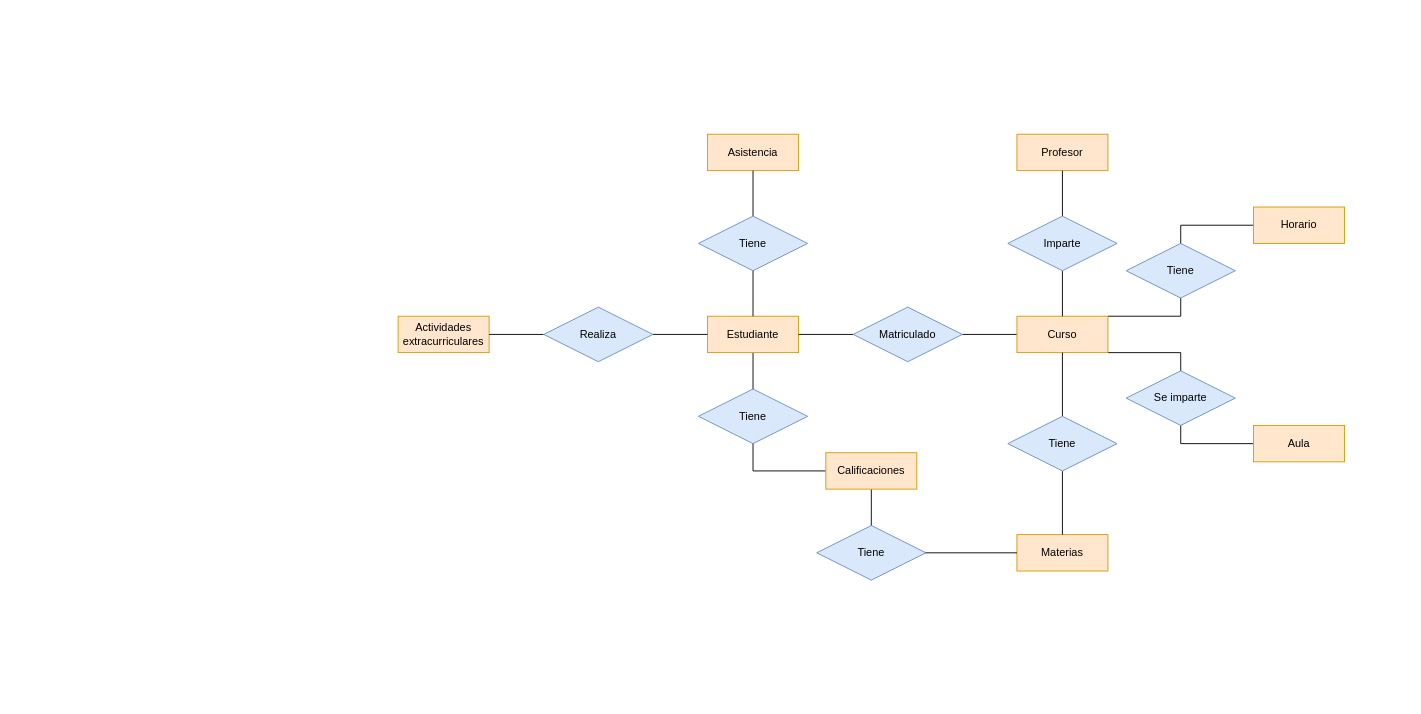
Above: TareaEvaluable_BAE.drawio in GRMiguelAngel/Base-Datos (draw.io), before the change. Source tidied: cells renumbered, new cells numbered last; positions are measured from the earlier drawing's top-left corner, leaving out a move shared by most shapes. Both pictures are drawn from the tidied source at 91%, with x=0, y=0 at pixel (398, 134).
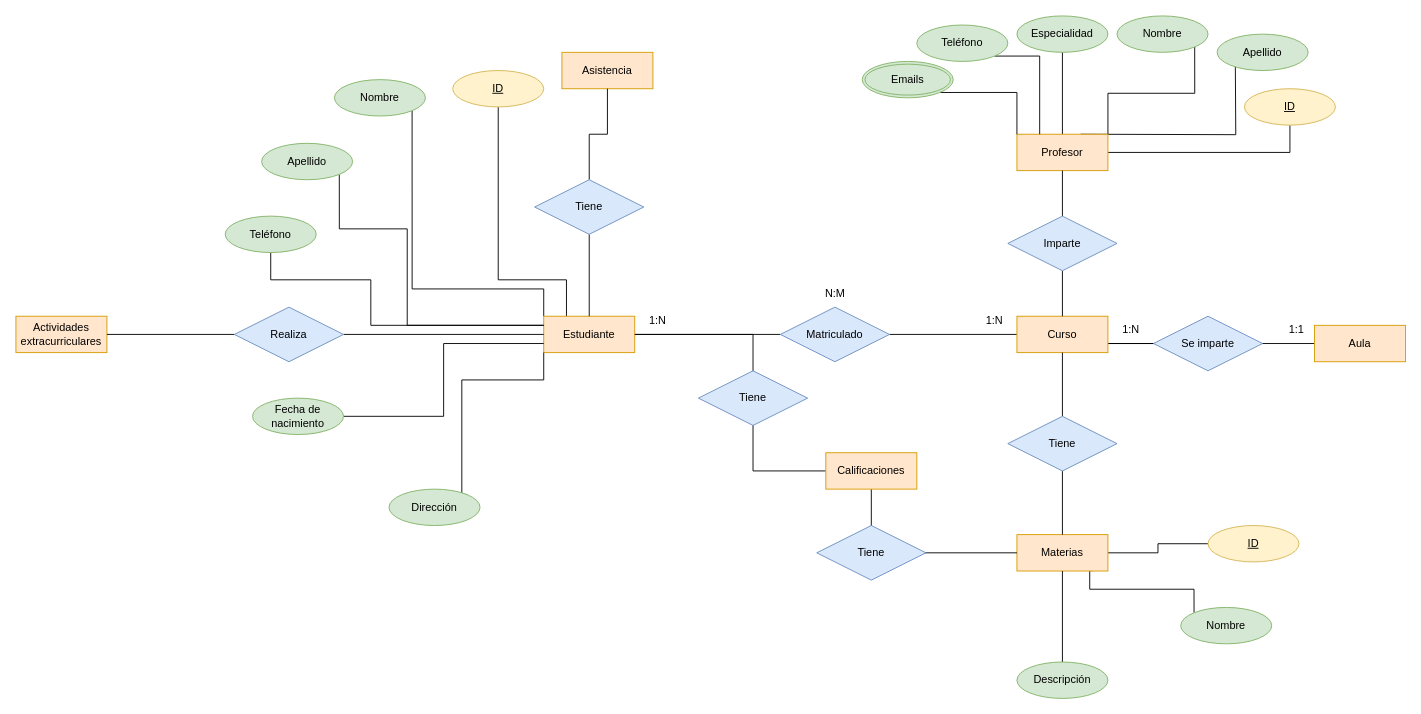
The same page after the edit.

The change refers to these unchanged cells:
```xml
<mxCell id="5" value="Curso" style="whiteSpace=wrap;html=1;align=center;fillColor=#ffe6cc;strokeColor=#d79b00;" parent="1" vertex="1">
  <mxGeometry x="680" y="200" width="100" height="40" as="geometry" />
</mxCell>
<mxCell id="8" value="Profesor" style="whiteSpace=wrap;html=1;align=center;fillColor=#ffe6cc;strokeColor=#d79b00;" parent="1" vertex="1">
  <mxGeometry x="680" width="100" height="40" as="geometry" />
</mxCell>
<mxCell id="11" value="Materias" style="whiteSpace=wrap;html=1;align=center;fillColor=#ffe6cc;strokeColor=#d79b00;" parent="1" vertex="1">
  <mxGeometry x="680" y="440" width="100" height="40" as="geometry" />
</mxCell>
```

The edit, as a diff of the source:
```diff
@@
-    <mxCell id="3" style="edgeStyle=orthogonalEdgeStyle;rounded=0;jettySize=auto;html=1;exitX=1;exitY=0;exitDx=0;exitDy=0;entryX=0;entryY=0.5;entryDx=0;entryDy=0;endArrow=none;endFill=0;" parent="1" edge="1" source="5" target="14">
-      <mxGeometry relative="1" as="geometry">
-        <Array as="points">
-          <mxPoint x="860" y="200" />
-          <mxPoint x="860" y="100" />
-        </Array>
-      </mxGeometry>
-    </mxCell>
-    <mxCell id="4" style="edgeStyle=orthogonalEdgeStyle;rounded=0;jettySize=auto;html=1;exitX=1;exitY=1;exitDx=0;exitDy=0;endArrow=none;endFill=0;entryX=0;entryY=0.5;entryDx=0;entryDy=0;" parent="1" edge="1" source="5" target="15">
-      <mxGeometry relative="1" as="geometry">
-        <Array as="points">
-          <mxPoint x="860" y="240" />
-          <mxPoint x="860" y="340" />
-        </Array>
-      </mxGeometry>
-    </mxCell>
+    <mxCell id="34" style="edgeStyle=orthogonalEdgeStyle;rounded=0;jettySize=auto;html=1;exitX=1;exitY=0.5;exitDx=0;exitDy=0;endArrow=none;endFill=0;" parent="1" edge="1" source="31" target="15">
+      <mxGeometry relative="1" as="geometry">
+        <Array as="points">
+          <mxPoint x="780" y="230" />
+        </Array>
+      </mxGeometry>
+    </mxCell>
@@
+    <mxCell id="35" style="edgeStyle=orthogonalEdgeStyle;rounded=0;jettySize=auto;html=1;exitX=0.25;exitY=0;exitDx=0;exitDy=0;endArrow=none;endFill=0;" parent="1" edge="1" source="7" target="43">
+      <mxGeometry relative="1" as="geometry">
+        <Array as="points">
+          <mxPoint x="185" y="160" />
+          <mxPoint x="110" y="160" />
+        </Array>
+      </mxGeometry>
+    </mxCell>
+    <mxCell id="36" style="edgeStyle=orthogonalEdgeStyle;rounded=0;jettySize=auto;html=1;exitX=0;exitY=0;exitDx=0;exitDy=0;entryX=1;entryY=1;entryDx=0;entryDy=0;endArrow=none;endFill=0;" parent="1" edge="1" source="7" target="44">
+      <mxGeometry relative="1" as="geometry">
+        <Array as="points">
+          <mxPoint x="160" y="170" />
+          <mxPoint x="15" y="170" />
+        </Array>
+      </mxGeometry>
+    </mxCell>
     <mxCell id="7" value="Estudiante" style="whiteSpace=wrap;html=1;align=center;fillColor=#ffe6cc;strokeColor=#d79b00;" parent="1" vertex="1">
-      <mxGeometry x="340" y="200" width="100" height="40" as="geometry" />
+      <mxGeometry x="160" y="200" width="100" height="40" as="geometry" />
     </mxCell>
+    <mxCell id="37" style="edgeStyle=orthogonalEdgeStyle;rounded=0;jettySize=auto;html=1;entryX=0.5;entryY=1;entryDx=0;entryDy=0;endArrow=none;endFill=0;" parent="1" edge="1" source="8" target="57">
+      <mxGeometry relative="1" as="geometry" />
+    </mxCell>
+    <mxCell id="38" style="edgeStyle=orthogonalEdgeStyle;rounded=0;orthogonalLoop=1;jettySize=auto;html=1;exitX=1;exitY=0.25;exitDx=0;exitDy=0;entryX=0.5;entryY=1;entryDx=0;entryDy=0;endArrow=none;endFill=0;" parent="1" edge="1">
+      <mxGeometry relative="1" as="geometry">
+        <mxPoint x="750" as="sourcePoint" />
+        <mxPoint x="920" y="-80" as="targetPoint" />
+      </mxGeometry>
+    </mxCell>
+    <mxCell id="39" style="edgeStyle=orthogonalEdgeStyle;rounded=0;jettySize=auto;html=1;exitX=1;exitY=0;exitDx=0;exitDy=0;entryX=1;entryY=1;entryDx=0;entryDy=0;endArrow=none;endFill=0;" parent="1" edge="1" source="8" target="56">
+      <mxGeometry relative="1" as="geometry" />
+    </mxCell>
+    <mxCell id="40" style="edgeStyle=orthogonalEdgeStyle;rounded=0;jettySize=auto;html=1;exitX=0.5;exitY=0;exitDx=0;exitDy=0;entryX=0.5;entryY=1;entryDx=0;entryDy=0;endArrow=none;endFill=0;" parent="1" edge="1" source="8" target="58">
+      <mxGeometry relative="1" as="geometry" />
+    </mxCell>
@@
     <mxCell id="9" value="Asistencia" style="whiteSpace=wrap;html=1;align=center;fillColor=#ffe6cc;strokeColor=#d79b00;" parent="1" vertex="1">
-      <mxGeometry x="340" width="100" height="40" as="geometry" />
+      <mxGeometry x="180" y="-90" width="100" height="40" as="geometry" />
     </mxCell>
     <mxCell id="10" value="Actividades extracurriculares" style="whiteSpace=wrap;html=1;align=center;fillColor=#ffe6cc;strokeColor=#d79b00;" parent="1" vertex="1">
-      <mxGeometry y="200" width="100" height="40" as="geometry" />
+      <mxGeometry x="-420" y="200" width="100" height="40" as="geometry" />
     </mxCell>
+    <mxCell id="41" style="edgeStyle=orthogonalEdgeStyle;rounded=0;jettySize=auto;html=1;endArrow=none;endFill=0;" parent="1" edge="1" source="11" target="61">
+      <mxGeometry relative="1" as="geometry" />
+    </mxCell>
+    <mxCell id="42" style="edgeStyle=orthogonalEdgeStyle;rounded=0;jettySize=auto;html=1;exitX=0.844;exitY=0.989;exitDx=0;exitDy=0;entryX=0;entryY=0;entryDx=0;entryDy=0;endArrow=none;endFill=0;exitPerimeter=0;" parent="1" edge="1" source="11" target="62">
+      <mxGeometry relative="1" as="geometry">
+        <Array as="points">
+          <mxPoint x="760" y="480" />
+          <mxPoint x="760" y="500" />
+          <mxPoint x="875" y="500" />
+        </Array>
+      </mxGeometry>
+    </mxCell>
@@
-    <mxCell id="14" value="Horario" style="whiteSpace=wrap;html=1;align=center;fillColor=#ffe6cc;strokeColor=#d79b00;" parent="1" vertex="1">
-      <mxGeometry x="940" y="80" width="100" height="40" as="geometry" />
-    </mxCell>
-    <mxCell id="15" value="Aula" style="whiteSpace=wrap;html=1;align=center;fillColor=#ffe6cc;strokeColor=#d79b00;" parent="1" vertex="1">
-      <mxGeometry x="940" y="320" width="100" height="40" as="geometry" />
-    </mxCell>
@@
     <mxCell id="17" value="Matriculado" style="shape=rhombus;perimeter=rhombusPerimeter;whiteSpace=wrap;html=1;align=center;fillColor=#dae8fc;strokeColor=#6c8ebf;" parent="1" vertex="1">
-      <mxGeometry x="500" y="190" width="120" height="60" as="geometry" />
+      <mxGeometry x="420" y="190" width="120" height="60" as="geometry" />
     </mxCell>
@@
     <mxCell id="20" value="Realiza" style="shape=rhombus;perimeter=rhombusPerimeter;whiteSpace=wrap;html=1;align=center;fillColor=#dae8fc;strokeColor=#6c8ebf;" parent="1" vertex="1">
-      <mxGeometry x="160" y="190" width="120" height="60" as="geometry" />
+      <mxGeometry x="-180" y="190" width="120" height="60" as="geometry" />
     </mxCell>
@@
     <mxCell id="23" value="Tiene" style="shape=rhombus;perimeter=rhombusPerimeter;whiteSpace=wrap;html=1;align=center;fillColor=#dae8fc;strokeColor=#6c8ebf;" parent="1" vertex="1">
-      <mxGeometry x="330" y="90" width="120" height="60" as="geometry" />
+      <mxGeometry x="150" y="50" width="120" height="60" as="geometry" />
     </mxCell>
@@
-    <mxCell id="30" value="Tiene" style="shape=rhombus;perimeter=rhombusPerimeter;whiteSpace=wrap;html=1;align=center;fillColor=#dae8fc;strokeColor=#6c8ebf;" parent="1" vertex="1">
-      <mxGeometry x="800" y="120" width="120" height="60" as="geometry" />
-    </mxCell>
-    <mxCell id="31" value="Se imparte" style="shape=rhombus;perimeter=rhombusPerimeter;whiteSpace=wrap;html=1;align=center;fillColor=#dae8fc;strokeColor=#6c8ebf;" parent="1" vertex="1">
-      <mxGeometry x="800" y="260" width="120" height="60" as="geometry" />
-    </mxCell>
     <mxCell id="32" value="Tiene" style="shape=rhombus;perimeter=rhombusPerimeter;whiteSpace=wrap;html=1;align=center;fillColor=#dae8fc;strokeColor=#6c8ebf;" parent="1" vertex="1">
-      <mxGeometry x="330" y="280" width="120" height="60" as="geometry" />
+      <mxGeometry x="330" y="260" width="120" height="60" as="geometry" />
     </mxCell>
@@
+    <mxCell id="15" value="Aula" style="whiteSpace=wrap;html=1;align=center;fillColor=#ffe6cc;strokeColor=#d79b00;" parent="1" vertex="1">
+      <mxGeometry x="1007" y="210" width="100" height="40" as="geometry" />
+    </mxCell>
+    <mxCell id="43" value="ID" style="ellipse;whiteSpace=wrap;html=1;align=center;fontStyle=4;fillColor=#fff2cc;strokeColor=#d6b656;" parent="1" vertex="1">
+      <mxGeometry x="60" y="-70" width="100" height="40" as="geometry" />
+    </mxCell>
+    <mxCell id="44" value="Nombre" style="ellipse;whiteSpace=wrap;html=1;align=center;fillColor=#d5e8d4;strokeColor=#82b366;" parent="1" vertex="1">
+      <mxGeometry x="-70" y="-60" width="100" height="40" as="geometry" />
+    </mxCell>
+    <mxCell id="45" style="edgeStyle=orthogonalEdgeStyle;rounded=0;jettySize=auto;html=1;exitX=1;exitY=1;exitDx=0;exitDy=0;entryX=0;entryY=0.25;entryDx=0;entryDy=0;endArrow=none;endFill=0;" parent="1" edge="1" source="46" target="7">
+      <mxGeometry relative="1" as="geometry">
+        <Array as="points">
+          <mxPoint x="10" y="104" />
+          <mxPoint x="10" y="210" />
+        </Array>
+      </mxGeometry>
+    </mxCell>
+    <mxCell id="46" value="Apellido" style="ellipse;whiteSpace=wrap;html=1;align=center;fillColor=#d5e8d4;strokeColor=#82b366;" parent="1" vertex="1">
+      <mxGeometry x="-150" y="10" width="100" height="40" as="geometry" />
+    </mxCell>
+    <mxCell id="47" style="edgeStyle=orthogonalEdgeStyle;rounded=0;jettySize=auto;html=1;endArrow=none;endFill=0;" parent="1" edge="1" source="48">
+      <mxGeometry relative="1" as="geometry">
+        <mxPoint x="160" y="210" as="targetPoint" />
+        <Array as="points">
+          <mxPoint x="-140" y="160" />
+          <mxPoint x="-30" y="160" />
+          <mxPoint x="-30" y="210" />
+        </Array>
+      </mxGeometry>
+    </mxCell>
+    <mxCell id="48" value="Teléfono" style="ellipse;whiteSpace=wrap;html=1;align=center;fillColor=#d5e8d4;strokeColor=#82b366;" parent="1" vertex="1">
+      <mxGeometry x="-190" y="90" width="100" height="40" as="geometry" />
+    </mxCell>
+    <mxCell id="49" style="edgeStyle=orthogonalEdgeStyle;rounded=0;jettySize=auto;html=1;exitX=1;exitY=0;exitDx=0;exitDy=0;entryX=0;entryY=1;entryDx=0;entryDy=0;endArrow=none;endFill=0;" parent="1" edge="1" source="50" target="7">
+      <mxGeometry relative="1" as="geometry">
+        <Array as="points">
+          <mxPoint x="70" y="396" />
+          <mxPoint x="70" y="270" />
+          <mxPoint x="160" y="270" />
+        </Array>
+      </mxGeometry>
+    </mxCell>
+    <mxCell id="50" value="Dirección" style="ellipse;whiteSpace=wrap;html=1;align=center;fillColor=#d5e8d4;strokeColor=#82b366;" parent="1" vertex="1">
+      <mxGeometry x="-10" y="390" width="100" height="40" as="geometry" />
+    </mxCell>
+    <mxCell id="51" style="edgeStyle=orthogonalEdgeStyle;rounded=0;jettySize=auto;html=1;entryX=0;entryY=0.75;entryDx=0;entryDy=0;endArrow=none;endFill=0;" parent="1" edge="1" source="52" target="7">
+      <mxGeometry relative="1" as="geometry" />
+    </mxCell>
+    <mxCell id="52" value="Fecha de nacimiento" style="ellipse;whiteSpace=wrap;html=1;align=center;fillColor=#d5e8d4;strokeColor=#82b366;" parent="1" vertex="1">
+      <mxGeometry x="-160" y="290" width="100" height="40" as="geometry" />
+    </mxCell>
+    <mxCell id="53" value="Apellido" style="ellipse;whiteSpace=wrap;html=1;align=center;fillColor=#d5e8d4;strokeColor=#82b366;" parent="1" vertex="1">
+      <mxGeometry x="900" y="-110" width="100" height="40" as="geometry" />
+    </mxCell>
+    <mxCell id="54" style="edgeStyle=orthogonalEdgeStyle;rounded=0;jettySize=auto;html=1;exitX=1;exitY=1;exitDx=0;exitDy=0;entryX=0.25;entryY=0;entryDx=0;entryDy=0;endArrow=none;endFill=0;" parent="1" edge="1" source="55" target="8">
+      <mxGeometry relative="1" as="geometry" />
+    </mxCell>
+    <mxCell id="55" value="Teléfono" style="ellipse;whiteSpace=wrap;html=1;align=center;fillColor=#d5e8d4;strokeColor=#82b366;" parent="1" vertex="1">
+      <mxGeometry x="570" y="-120" width="100" height="40" as="geometry" />
+    </mxCell>
+    <mxCell id="56" value="Nombre" style="ellipse;whiteSpace=wrap;html=1;align=center;fillColor=#d5e8d4;strokeColor=#82b366;" parent="1" vertex="1">
+      <mxGeometry x="790" y="-130" width="100" height="40" as="geometry" />
+    </mxCell>
+    <mxCell id="57" value="ID" style="whiteSpace=wrap;html=1;align=center;fillColor=#fff2cc;strokeColor=#d6b656;shape=ellipse;perimeter=ellipsePerimeter;fontStyle=4;" parent="1" vertex="1">
+      <mxGeometry x="930" y="-50" width="100" height="40" as="geometry" />
+    </mxCell>
+    <mxCell id="58" value="Especialidad" style="ellipse;whiteSpace=wrap;html=1;align=center;fillColor=#d5e8d4;strokeColor=#82b366;" parent="1" vertex="1">
+      <mxGeometry x="680" y="-130" width="100" height="40" as="geometry" />
+    </mxCell>
+    <mxCell id="59" style="edgeStyle=orthogonalEdgeStyle;rounded=0;jettySize=auto;html=1;exitX=1;exitY=1;exitDx=0;exitDy=0;entryX=0;entryY=0;entryDx=0;entryDy=0;endArrow=none;endFill=0;" parent="1" edge="1" source="60" target="8">
+      <mxGeometry relative="1" as="geometry" />
+    </mxCell>
+    <mxCell id="60" value="Emails" style="whiteSpace=wrap;html=1;align=center;fillColor=#d5e8d4;strokeColor=#82b366;shape=doubleEllipse;perimeter=ellipsePerimeter;margin=3;" parent="1" vertex="1">
+      <mxGeometry x="510" y="-80" width="100" height="40" as="geometry" />
+    </mxCell>
+    <mxCell id="61" value="ID" style="ellipse;whiteSpace=wrap;html=1;align=center;fontStyle=4;fillColor=#fff2cc;strokeColor=#d6b656;" parent="1" vertex="1">
+      <mxGeometry x="890" y="430" width="100" height="40" as="geometry" />
+    </mxCell>
+    <mxCell id="62" value="Nombre" style="ellipse;whiteSpace=wrap;html=1;align=center;fillColor=#d5e8d4;strokeColor=#82b366;" parent="1" vertex="1">
+      <mxGeometry x="860" y="520" width="100" height="40" as="geometry" />
+    </mxCell>
+    <mxCell id="63" style="edgeStyle=orthogonalEdgeStyle;rounded=0;jettySize=auto;html=1;exitX=0.5;exitY=0;exitDx=0;exitDy=0;entryX=0.5;entryY=1;entryDx=0;entryDy=0;endArrow=none;endFill=0;" parent="1" edge="1" source="64" target="11">
+      <mxGeometry relative="1" as="geometry" />
+    </mxCell>
+    <mxCell id="64" value="Descripción" style="ellipse;whiteSpace=wrap;html=1;align=center;fillColor=#d5e8d4;strokeColor=#82b366;" parent="1" vertex="1">
+      <mxGeometry x="680" y="580" width="100" height="40" as="geometry" />
+    </mxCell>
+    <mxCell id="31" value="Se imparte" style="shape=rhombus;perimeter=rhombusPerimeter;whiteSpace=wrap;html=1;align=center;fillColor=#dae8fc;strokeColor=#6c8ebf;" parent="1" vertex="1">
+      <mxGeometry x="830" y="200" width="120" height="60" as="geometry" />
+    </mxCell>
+    <mxCell id="65" value="1:1" style="text;html=1;align=center;verticalAlign=middle;strokeColor=none;fillColor=none;" parent="1" vertex="1">
+      <mxGeometry x="967" y="200" width="40" height="30" as="geometry" />
+    </mxCell>
+    <mxCell id="66" value="1:N" style="text;html=1;align=center;verticalAlign=middle;strokeColor=none;fillColor=none;" parent="1" vertex="1">
+      <mxGeometry x="785" y="200" width="40" height="30" as="geometry" />
+    </mxCell>
+    <mxCell id="67" value="1:N" style="text;html=1;align=center;verticalAlign=middle;strokeColor=none;fillColor=none;" parent="1" vertex="1">
+      <mxGeometry x="635" y="190" width="40" height="30" as="geometry" />
+    </mxCell>
+    <mxCell id="68" value="1:N" style="text;html=1;align=center;verticalAlign=middle;strokeColor=none;fillColor=none;" parent="1" vertex="1">
+      <mxGeometry x="265" y="190" width="40" height="30" as="geometry" />
+    </mxCell>
+    <mxCell id="69" value="N:M" style="text;html=1;align=center;verticalAlign=middle;strokeColor=none;fillColor=none;" parent="1" vertex="1">
+      <mxGeometry x="455" y="160" width="50" height="30" as="geometry" />
+    </mxCell>
```
